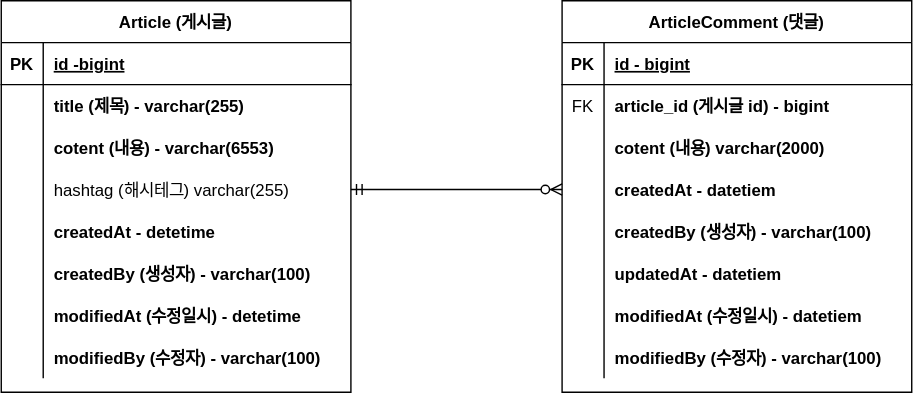
The draw.io diagram document/project-board-erd.svg in geonuk-hwang/fastcampus-project-bord, before a commit. Source tidied: cells renumbered, new cells last; positions are measured from the earlier drawing's top-left corner, leaving out a move shared by most shapes.
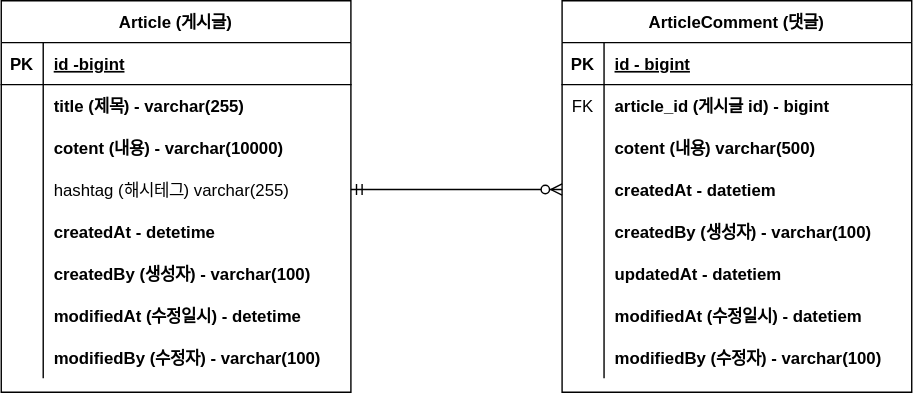
The same diagram one commit later.

Commit message:
#10 - erd 업데이트: content 사이즈 변경

Change to the diagram source:
```diff
@@ -29,7 +29,7 @@
     <mxCell id="10" style="shape=partialRectangle;overflow=hidden;fillColor=none;top=0;left=0;bottom=0;right=0;" parent="9" vertex="1">
       <mxGeometry width="30" height="30" as="geometry" />
     </mxCell>
-    <mxCell id="11" value="cotent (내용) varchar(2000)" style="shape=partialRectangle;overflow=hidden;fillColor=none;top=0;left=0;bottom=0;right=0;align=left;spacingLeft=6;fontStyle=1;" parent="9" vertex="1">
+    <mxCell id="11" value="cotent (내용) varchar(500)" style="shape=partialRectangle;overflow=hidden;fillColor=none;top=0;left=0;bottom=0;right=0;align=left;spacingLeft=6;fontStyle=1;" parent="9" vertex="1">
       <mxGeometry x="30" width="220" height="30" as="geometry" />
     </mxCell>
     <mxCell id="12" style="shape=partialRectangle;fillColor=none;points=[[0,0.5],[1,0.5]];portConstraint=eastwest;top=0;left=0;right=0;bottom=0;" parent="2" vertex="1">
@@ -104,7 +104,7 @@
     <mxCell id="35" style="shape=partialRectangle;overflow=hidden;fillColor=none;top=0;left=0;bottom=0;right=0;" parent="34" vertex="1">
       <mxGeometry width="30" height="30" as="geometry" />
     </mxCell>
-    <mxCell id="36" value="cotent (내용) - varchar(6553)" style="shape=partialRectangle;overflow=hidden;fillColor=none;top=0;left=0;bottom=0;right=0;align=left;spacingLeft=6;fontStyle=1;" parent="34" vertex="1">
+    <mxCell id="36" value="cotent (내용) - varchar(10000)" style="shape=partialRectangle;overflow=hidden;fillColor=none;top=0;left=0;bottom=0;right=0;align=left;spacingLeft=6;fontStyle=1;" parent="34" vertex="1">
       <mxGeometry x="30" width="220" height="30" as="geometry" />
     </mxCell>
     <mxCell id="37" style="shape=partialRectangle;fillColor=none;points=[[0,0.5],[1,0.5]];portConstraint=eastwest;top=0;left=0;right=0;bottom=0;" parent="27" vertex="1">
```
